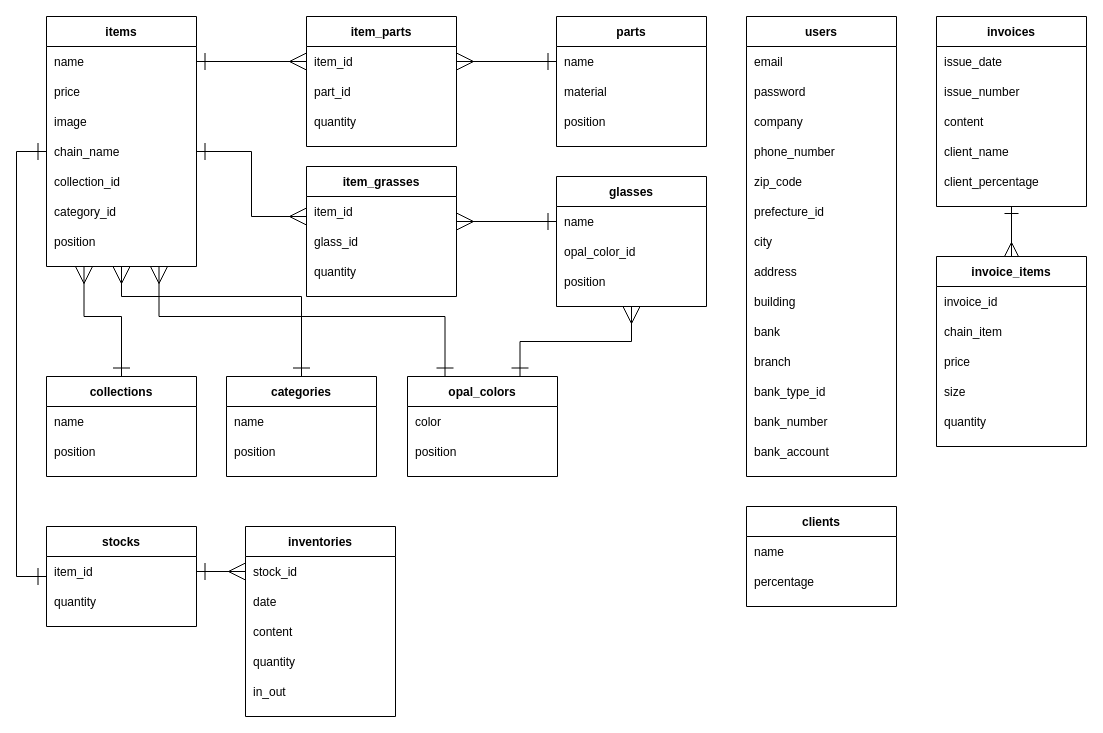
Earlier version of the draw.io diagram ER.dio (KentaroKageyama/aio_app). Source tidied: cells renumbered, new cells numbered last; positions are measured from the earlier drawing's top-left corner, leaving out a move shared by most shapes. Both pictures are drawn from the tidied source at 100%, with x=0, y=0 at pixel (16, 16).
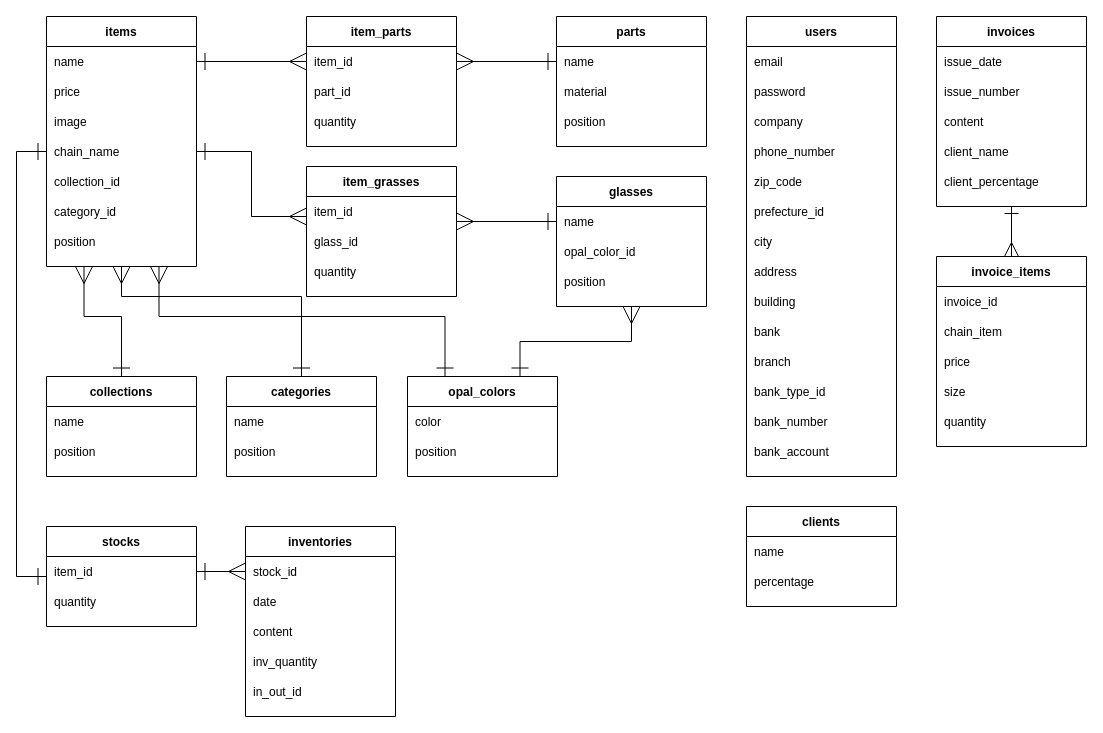
After the change.

Unchanged cells that the change refers to:
```xml
<mxCell id="137" style="shape=partialRectangle;fillColor=none;top=0;left=0;bottom=0;right=0;" parent="130" vertex="1">
  <mxGeometry y="120" width="150" height="30" as="geometry" />
</mxCell>
<mxCell id="139" style="shape=partialRectangle;fillColor=none;top=0;left=0;bottom=0;right=0;" parent="130" vertex="1">
  <mxGeometry y="150" width="150" height="30" as="geometry" />
</mxCell>
```

The edit, as a diff of the source:
```diff
@@
-    <mxCell id="138" value="quantity" style="shape=partialRectangle;fillColor=none;top=0;left=0;bottom=0;right=0;align=left;spacingLeft=6;overflow=hidden;" parent="137" vertex="1">
+    <mxCell id="138" value="inv_quantity" style="shape=partialRectangle;fillColor=none;top=0;left=0;bottom=0;right=0;align=left;spacingLeft=6;overflow=hidden;" parent="137" vertex="1">
       <mxGeometry width="150" height="30" as="geometry" />
     </mxCell>
@@
-    <mxCell id="140" value="in_out" style="shape=partialRectangle;fillColor=none;top=0;left=0;bottom=0;right=0;align=left;spacingLeft=6;overflow=hidden;" parent="139" vertex="1">
+    <mxCell id="140" value="in_out_id" style="shape=partialRectangle;fillColor=none;top=0;left=0;bottom=0;right=0;align=left;spacingLeft=6;overflow=hidden;" parent="139" vertex="1">
       <mxGeometry width="150" height="30" as="geometry" />
     </mxCell>
```
